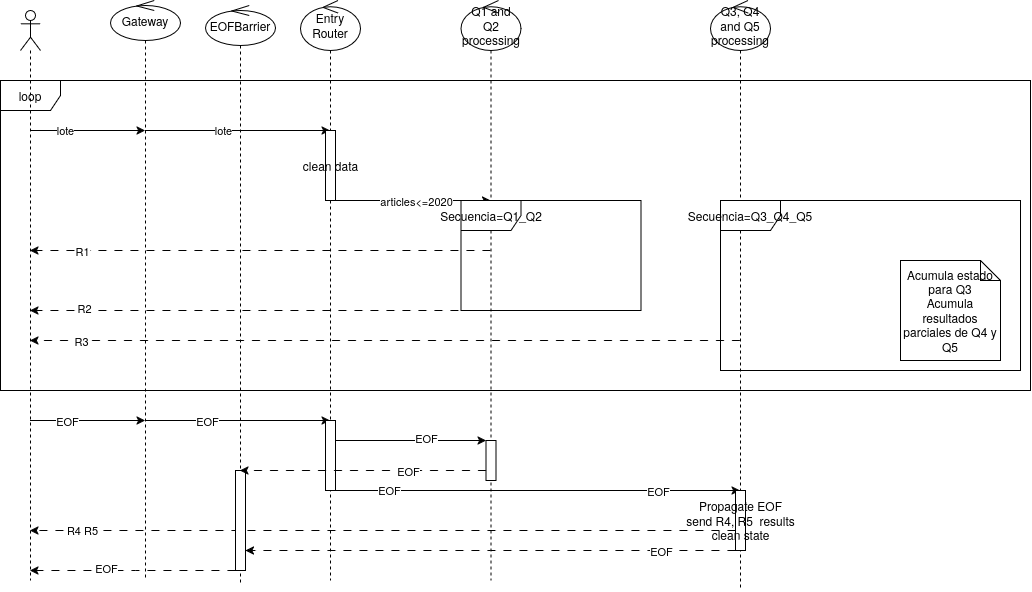
Above: diagrams/Distribuidos - TP Diseño-Secuencia.drawio.png in mrti259/fiuba-tp-template (draw.io), before the change. Source tidied: cells renumbered, new cells last; positions are measured from the earlier drawing's top-left corner, leaving out a move shared by most shapes.
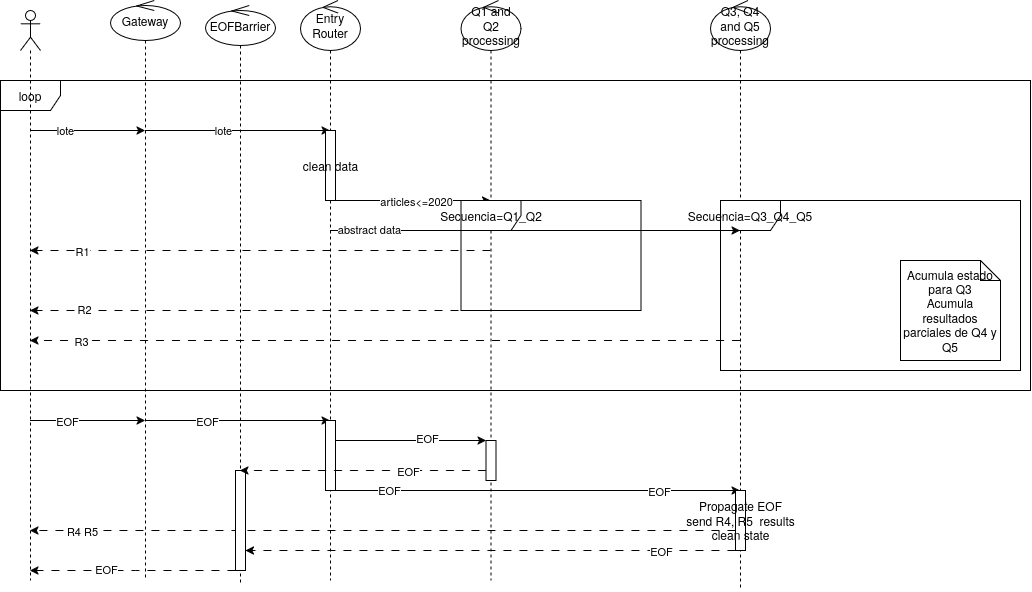
Above is the later version.

Change to the diagram source:
```diff
@@ -204,5 +204,15 @@
         <mxPoint x="1" as="offset" />
       </mxGeometry>
     </mxCell>
+    <mxCell id="46" style="edgeStyle=sequenceEdgeStyle;rounded=0;jettySize=auto;html=1;libavoidRouting=0;curved=0;" parent="1" edge="1" source="18" target="32">
+      <mxGeometry relative="1" as="geometry">
+        <Array as="points">
+          <mxPoint x="740" y="230" />
+        </Array>
+      </mxGeometry>
+    </mxCell>
+    <mxCell id="47" value="abstract data" style="edgeLabel;html=1;align=center;verticalAlign=middle;" parent="46" vertex="1">
+      <mxGeometry x="-0.81" y="2" relative="1" as="geometry" />
+    </mxCell>
   </root>
 </mxGraphModel>
```
